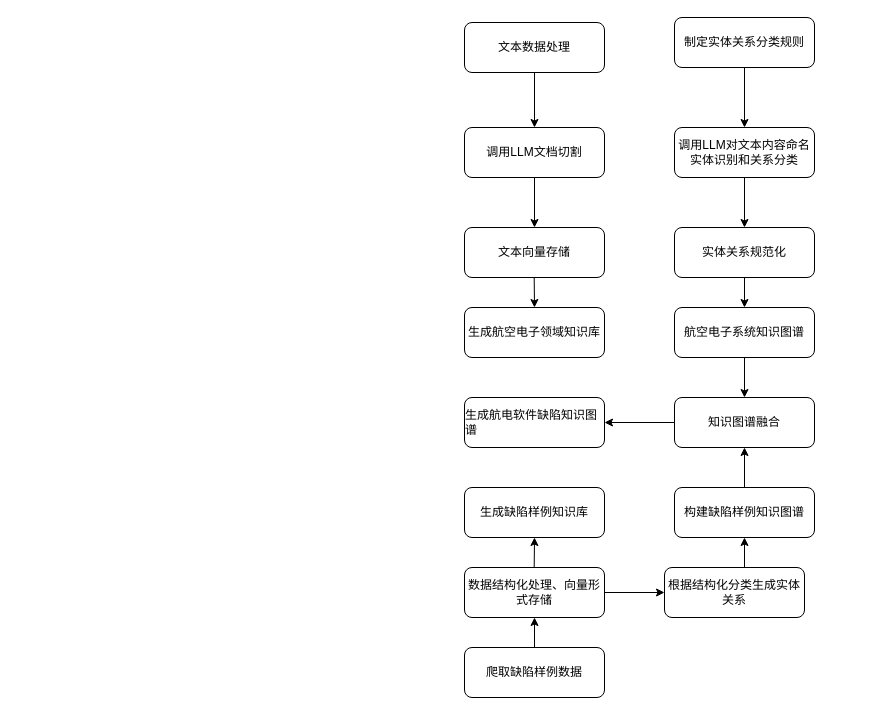
Earlier version of the draw.io diagram page "Page-1" (1 of 2) of 航电专利1.drawio (fydgmy/jubilant-potato). Source tidied: cells renumbered, new cells numbered last; positions are measured from the earlier drawing's top-left corner, leaving out a move shared by most shapes. Both pictures are drawn from the tidied source at 100%, with x=0, y=0 at pixel (464, 17).
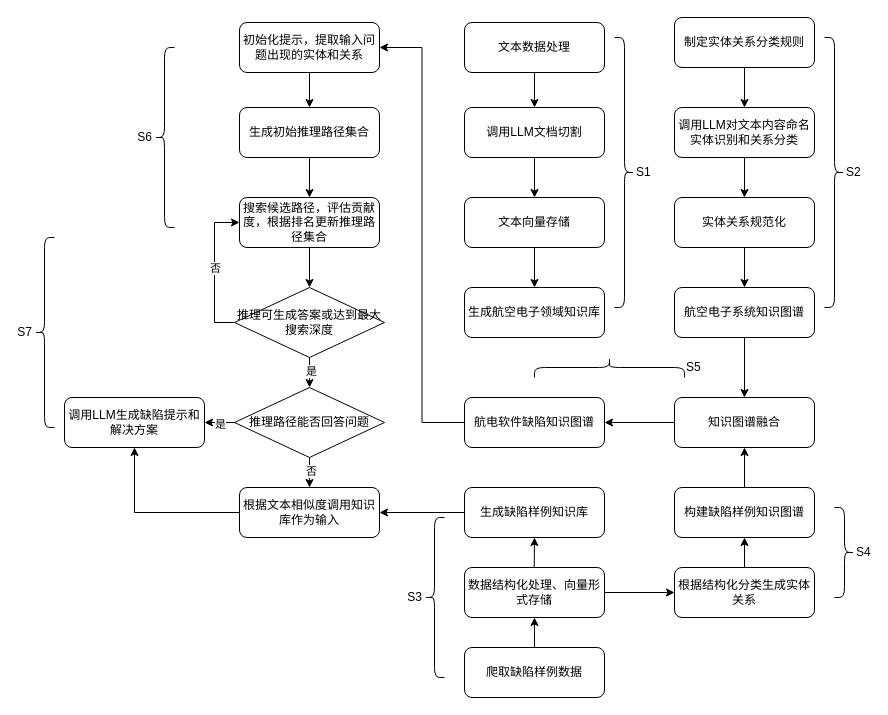
The same page after the edit.

Commit message (it also covers changes not shown here):
更新航电专利1.drawio

Unchanged cells that the change refers to:
```xml
<mxCell id="19" value="生成缺陷样例知识库" style="rounded=1;whiteSpace=wrap;html=1;fontSize=12;glass=0;strokeWidth=1;shadow=0;" parent="1" vertex="1">
  <mxGeometry y="470" width="140" height="50" as="geometry" />
</mxCell>
```

Change to the diagram source:
```diff
@@
     <mxCell id="3" value="调用LLM文档切割" style="rounded=1;whiteSpace=wrap;html=1;fontSize=12;glass=0;strokeWidth=1;shadow=0;" parent="1" vertex="1">
-      <mxGeometry y="110" width="140" height="50" as="geometry" />
+      <mxGeometry y="90" width="140" height="50" as="geometry" />
     </mxCell>
@@
     <mxCell id="5" value="文本向量存储" style="rounded=1;whiteSpace=wrap;html=1;fontSize=12;glass=0;strokeWidth=1;shadow=0;" parent="1" vertex="1">
-      <mxGeometry y="210" width="140" height="50" as="geometry" />
+      <mxGeometry y="180" width="140" height="50" as="geometry" />
     </mxCell>
@@
     <mxCell id="9" value="调用LLM对文本内容命名实体识别和关系分类" style="rounded=1;whiteSpace=wrap;html=1;fontSize=12;glass=0;strokeWidth=1;shadow=0;" parent="1" vertex="1">
-      <mxGeometry x="210" y="110" width="140" height="50" as="geometry" />
+      <mxGeometry x="210" y="90" width="140" height="50" as="geometry" />
     </mxCell>
     <mxCell id="10" value="实体关系规范化" style="rounded=1;whiteSpace=wrap;html=1;fontSize=12;glass=0;strokeWidth=1;shadow=0;" parent="1" vertex="1">
-      <mxGeometry x="210" y="210" width="140" height="50" as="geometry" />
+      <mxGeometry x="210" y="180" width="140" height="50" as="geometry" />
     </mxCell>
@@
     <mxCell id="12" value="生成航空电子领域知识库" style="rounded=1;whiteSpace=wrap;html=1;fontSize=12;glass=0;strokeWidth=1;shadow=0;" parent="1" vertex="1">
-      <mxGeometry y="290" width="140" height="50" as="geometry" />
+      <mxGeometry y="270" width="140" height="50" as="geometry" />
     </mxCell>
-    <mxCell id="13" style="endArrow=classic;html=1;rounded=0;exitX=0.5;exitY=1;exitDx=0;exitDy=0;entryX=0.5;entryY=0;entryDx=0;entryDy=0;" parent="1" edge="1" target="12">
-      <mxGeometry relative="1" as="geometry">
-        <mxPoint x="69.7" y="260" as="sourcePoint" />
-      </mxGeometry>
+    <mxCell id="13" style="endArrow=classic;html=1;rounded=0;exitX=0.5;exitY=1;exitDx=0;exitDy=0;entryX=0.5;entryY=0;entryDx=0;entryDy=0;" parent="1" edge="1" source="5" target="12">
+      <mxGeometry relative="1" as="geometry" />
     </mxCell>
@@
     <mxCell id="15" value="&lt;div style=&quot;orphans: 4; text-align: start;&quot;&gt;航空电子系统知识图谱&lt;/div&gt;" style="rounded=1;whiteSpace=wrap;html=1;fontSize=12;glass=0;strokeWidth=1;shadow=0;" parent="1" vertex="1">
-      <mxGeometry x="210" y="290" width="140" height="50" as="geometry" />
+      <mxGeometry x="210" y="270" width="140" height="50" as="geometry" />
     </mxCell>
@@
+    <mxCell id="30" style="edgeStyle=orthogonalEdgeStyle;rounded=0;jettySize=auto;html=1;entryX=1;entryY=0.5;entryDx=0;entryDy=0;" parent="1" edge="1" source="19" target="39">
+      <mxGeometry relative="1" as="geometry" />
+    </mxCell>
@@
     <mxCell id="23" value="根据结构化分类生成实体关系" style="rounded=1;whiteSpace=wrap;html=1;fontSize=12;glass=0;strokeWidth=1;shadow=0;" parent="1" vertex="1">
-      <mxGeometry x="200" y="550" width="140" height="50" as="geometry" />
+      <mxGeometry x="210" y="550" width="140" height="50" as="geometry" />
     </mxCell>
@@
+    <mxCell id="31" style="edgeStyle=orthogonalEdgeStyle;rounded=0;jettySize=auto;html=1;entryX=1;entryY=0.5;entryDx=0;entryDy=0;" parent="1" edge="1" source="29" target="33">
+      <mxGeometry relative="1" as="geometry" />
+    </mxCell>
-    <mxCell id="29" value="&lt;div style=&quot;orphans: 4; text-align: start;&quot;&gt;生成航电软件缺陷知识图谱&lt;/div&gt;" style="rounded=1;whiteSpace=wrap;html=1;fontSize=12;glass=0;strokeWidth=1;shadow=0;" parent="1" vertex="1">
+    <mxCell id="29" value="&lt;div style=&quot;orphans: 4; text-align: start;&quot;&gt;航电软件缺陷知识图谱&lt;/div&gt;" style="rounded=1;whiteSpace=wrap;html=1;fontSize=12;glass=0;strokeWidth=1;shadow=0;" parent="1" vertex="1">
       <mxGeometry y="380" width="140" height="50" as="geometry" />
     </mxCell>
+    <mxCell id="32" style="edgeStyle=orthogonalEdgeStyle;rounded=0;jettySize=auto;html=1;entryX=0.5;entryY=0;entryDx=0;entryDy=0;" parent="1" edge="1" source="33" target="35">
+      <mxGeometry relative="1" as="geometry" />
+    </mxCell>
+    <mxCell id="33" value="初始化提示，提取输入问题出现的实体和关系" style="rounded=1;whiteSpace=wrap;html=1;fontSize=12;glass=0;strokeWidth=1;shadow=0;" parent="1" vertex="1">
+      <mxGeometry x="-225" y="5" width="140" height="50" as="geometry" />
+    </mxCell>
+    <mxCell id="34" style="edgeStyle=orthogonalEdgeStyle;rounded=0;jettySize=auto;html=1;entryX=0.5;entryY=0;entryDx=0;entryDy=0;" parent="1" edge="1" source="35" target="37">
+      <mxGeometry relative="1" as="geometry" />
+    </mxCell>
+    <mxCell id="35" value="生成初始推理路径集合" style="rounded=1;whiteSpace=wrap;html=1;fontSize=12;glass=0;strokeWidth=1;shadow=0;" parent="1" vertex="1">
+      <mxGeometry x="-225" y="90" width="140" height="50" as="geometry" />
+    </mxCell>
+    <mxCell id="36" style="edgeStyle=orthogonalEdgeStyle;rounded=0;jettySize=auto;html=1;entryX=0.5;entryY=0;entryDx=0;entryDy=0;" parent="1" edge="1" source="37" target="44">
+      <mxGeometry relative="1" as="geometry" />
+    </mxCell>
+    <mxCell id="37" value="搜索候选路径，评估贡献度，根据排名更新推理路径集合" style="rounded=1;whiteSpace=wrap;html=1;fontSize=12;glass=0;strokeWidth=1;shadow=0;" parent="1" vertex="1">
+      <mxGeometry x="-225" y="180" width="140" height="50" as="geometry" />
+    </mxCell>
+    <mxCell id="38" style="edgeStyle=orthogonalEdgeStyle;rounded=0;jettySize=auto;html=1;exitX=0;exitY=0.5;exitDx=0;exitDy=0;entryX=0.5;entryY=1;entryDx=0;entryDy=0;" parent="1" edge="1" source="39" target="50">
+      <mxGeometry relative="1" as="geometry" />
+    </mxCell>
+    <mxCell id="39" value="根据文本相似度调用知识库作为输入" style="rounded=1;whiteSpace=wrap;html=1;fontSize=12;glass=0;strokeWidth=1;shadow=0;" parent="1" vertex="1">
+      <mxGeometry x="-225" y="470" width="140" height="50" as="geometry" />
+    </mxCell>
+    <mxCell id="40" style="edgeStyle=orthogonalEdgeStyle;rounded=0;jettySize=auto;html=1;entryX=0;entryY=0.5;entryDx=0;entryDy=0;exitX=0;exitY=0.5;exitDx=0;exitDy=0;" parent="1" edge="1" source="44" target="37">
+      <mxGeometry relative="1" as="geometry" />
+    </mxCell>
+    <mxCell id="41" value="否" style="edgeLabel;html=1;align=center;verticalAlign=middle;" parent="40" vertex="1">
+      <mxGeometry x="0.04" relative="1" as="geometry" />
+    </mxCell>
+    <mxCell id="42" style="edgeStyle=orthogonalEdgeStyle;rounded=0;jettySize=auto;html=1;entryX=0.5;entryY=0;entryDx=0;entryDy=0;" parent="1" edge="1" source="44" target="49">
+      <mxGeometry relative="1" as="geometry" />
+    </mxCell>
+    <mxCell id="43" value="是" style="edgeLabel;html=1;align=center;verticalAlign=middle;" parent="42" vertex="1">
+      <mxGeometry x="-0.48" y="1" relative="1" as="geometry" />
+    </mxCell>
+    <mxCell id="44" value="推理可生成答案或达到最大搜索深度" style="rhombus;whiteSpace=wrap;html=1;" parent="1" vertex="1">
+      <mxGeometry x="-230" y="270" width="150" height="70" as="geometry" />
+    </mxCell>
+    <mxCell id="45" style="edgeStyle=orthogonalEdgeStyle;rounded=0;jettySize=auto;html=1;" parent="1" edge="1" source="49" target="39">
+      <mxGeometry relative="1" as="geometry" />
+    </mxCell>
+    <mxCell id="46" value="否" style="edgeLabel;html=1;align=center;verticalAlign=middle;" parent="45" vertex="1">
+      <mxGeometry x="0.32" y="1" relative="1" as="geometry" />
+    </mxCell>
+    <mxCell id="47" style="edgeStyle=orthogonalEdgeStyle;rounded=0;jettySize=auto;html=1;entryX=1;entryY=0.5;entryDx=0;entryDy=0;" parent="1" edge="1" source="49" target="50">
+      <mxGeometry relative="1" as="geometry" />
+    </mxCell>
+    <mxCell id="48" value="是" style="edgeLabel;html=1;align=center;verticalAlign=middle;" parent="47" vertex="1">
+      <mxGeometry x="-0.4" y="1" relative="1" as="geometry" />
+    </mxCell>
+    <mxCell id="49" value="推理路径能否回答问题" style="rhombus;whiteSpace=wrap;html=1;" parent="1" vertex="1">
+      <mxGeometry x="-230" y="370" width="150" height="70" as="geometry" />
+    </mxCell>
+    <mxCell id="50" value="调用LLM生成缺陷提示和解决方案" style="rounded=1;whiteSpace=wrap;html=1;fontSize=12;glass=0;strokeWidth=1;shadow=0;" parent="1" vertex="1">
+      <mxGeometry x="-400" y="380" width="140" height="50" as="geometry" />
+    </mxCell>
+    <mxCell id="51" value="S1" style="shape=curlyBracket;whiteSpace=wrap;html=1;rounded=1;flipH=1;labelPosition=right;verticalLabelPosition=middle;align=left;verticalAlign=middle;" parent="1" vertex="1">
+      <mxGeometry x="150" y="20" width="20" height="270" as="geometry" />
+    </mxCell>
+    <mxCell id="52" value="S2" style="shape=curlyBracket;whiteSpace=wrap;html=1;rounded=1;flipH=1;labelPosition=right;verticalLabelPosition=middle;align=left;verticalAlign=middle;" parent="1" vertex="1">
+      <mxGeometry x="360" y="20" width="20" height="270" as="geometry" />
+    </mxCell>
+    <mxCell id="53" value="S3" style="shape=curlyBracket;whiteSpace=wrap;html=1;rounded=1;labelPosition=left;verticalLabelPosition=middle;align=right;verticalAlign=middle;" parent="1" vertex="1">
+      <mxGeometry x="-40" y="500" width="20" height="160" as="geometry" />
+    </mxCell>
+    <mxCell id="54" value="S4" style="shape=curlyBracket;whiteSpace=wrap;html=1;rounded=1;flipH=1;labelPosition=right;verticalLabelPosition=middle;align=left;verticalAlign=middle;" parent="1" vertex="1">
+      <mxGeometry x="370" y="490" width="20" height="90" as="geometry" />
+    </mxCell>
+    <mxCell id="55" value="S5" style="shape=curlyBracket;whiteSpace=wrap;html=1;rounded=1;flipH=1;labelPosition=right;verticalLabelPosition=middle;align=left;verticalAlign=middle;direction=south;" parent="1" vertex="1">
+      <mxGeometry x="70" y="340" width="150" height="20" as="geometry" />
+    </mxCell>
+    <mxCell id="56" value="S6" style="shape=curlyBracket;whiteSpace=wrap;html=1;rounded=1;labelPosition=left;verticalLabelPosition=middle;align=right;verticalAlign=middle;" parent="1" vertex="1">
+      <mxGeometry x="-310" y="30" width="20" height="180" as="geometry" />
+    </mxCell>
+    <mxCell id="57" value="S7" style="shape=curlyBracket;whiteSpace=wrap;html=1;rounded=1;labelPosition=left;verticalLabelPosition=middle;align=right;verticalAlign=middle;" parent="1" vertex="1">
+      <mxGeometry x="-430" y="220" width="20" height="190" as="geometry" />
+    </mxCell>
```
